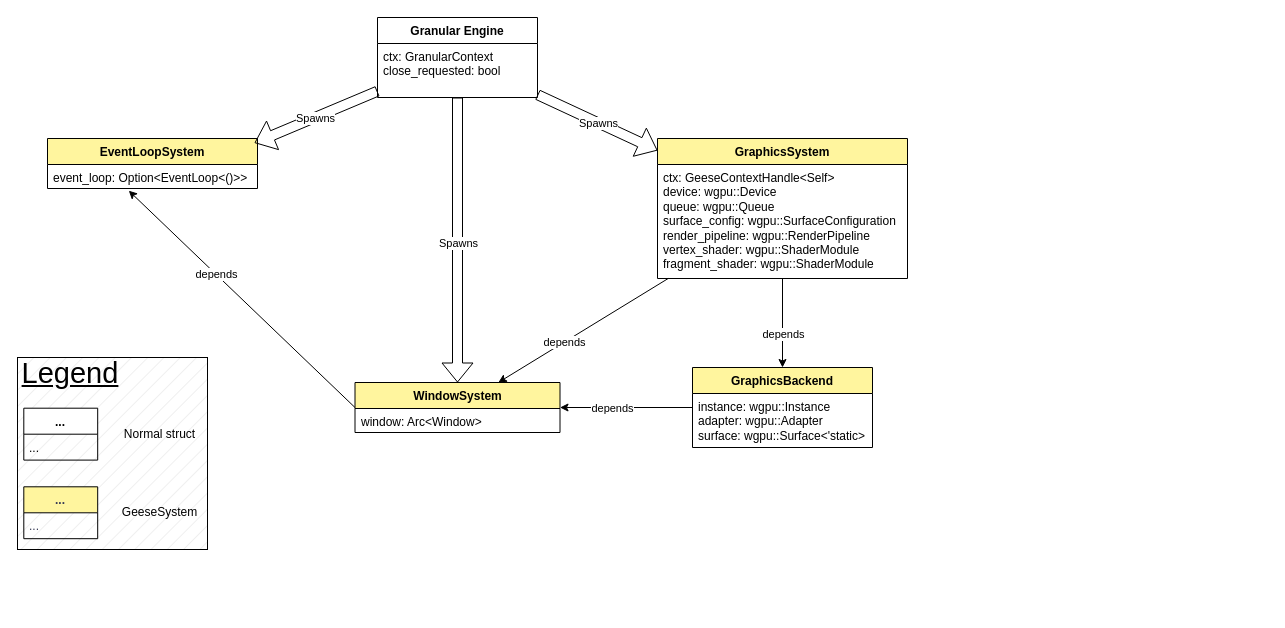
This is Granular.drawio from ARez2/granular, a draw.io file, before an edit. Source tidied: cells renumbered, new cells numbered last; positions are measured from the earlier drawing's top-left corner, leaving out a move shared by most shapes. Both pictures are drawn from the tidied source at 100%, with x=0, y=0 at pixel (17, 17).
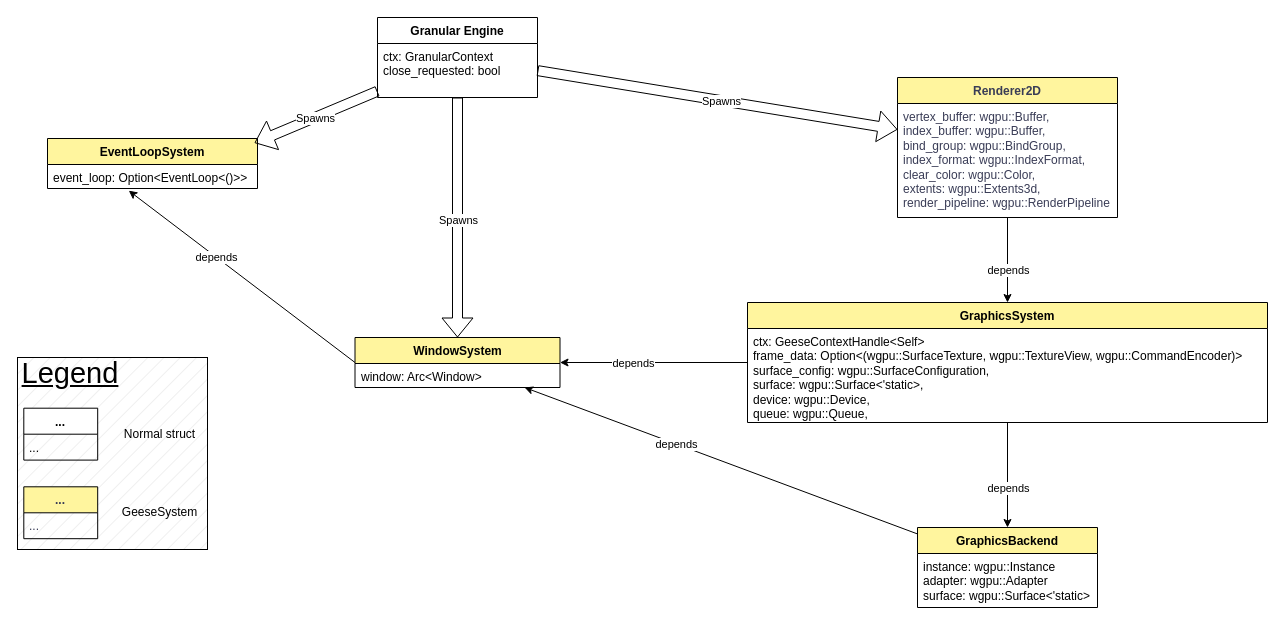
Above is the later version.

Commit message (it also covers changes not shown here):
Switch to WGSL, separate GraphicsSystem into a Renderer2D

The change refers to these unchanged cells:
```xml
<mxCell id="12" value="Granular Engine" style="swimlane;fontStyle=1;align=center;verticalAlign=top;horizontal=1;startSize=26;whiteSpace=wrap;html=1;labelBackgroundColor=none;" parent="1" vertex="1">
  <mxGeometry x="360" width="160" height="80" as="geometry" />
</mxCell>
```

Diff of the diagram source:
```diff
@@
     <mxCell id="2" value="GraphicsSystem" style="swimlane;fontStyle=1;align=center;verticalAlign=top;horizontal=1;startSize=26;whiteSpace=wrap;html=1;labelBackgroundColor=none;gradientDirection=east;fillStyle=solid;fillColor=#FFF59E;" parent="1" vertex="1">
-      <mxGeometry x="640" y="121" width="250" height="140" as="geometry" />
+      <mxGeometry x="730" y="285" width="520" height="120" as="geometry" />
     </mxCell>
-    <mxCell id="3" value="ctx: GeeseContextHandle&amp;lt;Self&amp;gt;&lt;br&gt;device: wgpu::Device&lt;br&gt;queue: wgpu::Queue&lt;br&gt;surface_config: wgpu::SurfaceConfiguration&lt;br&gt;render_pipeline: wgpu::RenderPipeline&lt;br&gt;vertex_shader: wgpu::ShaderModule&lt;br&gt;fragment_shader: wgpu::ShaderModule" style="text;strokeColor=none;fillColor=none;align=left;verticalAlign=top;spacingLeft=4;spacingRight=4;overflow=hidden;whiteSpace=wrap;html=1;labelBackgroundColor=none;" parent="2" vertex="1">
-      <mxGeometry y="26" width="250" height="114" as="geometry" />
+    <mxCell id="3" value="ctx: GeeseContextHandle&amp;lt;Self&amp;gt;&lt;br&gt;frame_data: Option&amp;lt;(wgpu::SurfaceTexture, wgpu::TextureView, wgpu::CommandEncoder)&amp;gt;&lt;br&gt;surface_config: wgpu::SurfaceConfiguration,&lt;br&gt;surface: wgpu::Surface&amp;lt;'static&amp;gt;,&lt;br&gt;device: wgpu::Device,&lt;br&gt;queue: wgpu::Queue," style="text;strokeColor=none;fillColor=none;align=left;verticalAlign=top;spacingLeft=4;spacingRight=4;overflow=hidden;whiteSpace=wrap;html=1;labelBackgroundColor=none;" parent="2" vertex="1">
+      <mxGeometry y="26" width="520" height="94" as="geometry" />
     </mxCell>
     <mxCell id="4" value="GraphicsBackend" style="swimlane;fontStyle=1;align=center;verticalAlign=top;horizontal=1;startSize=26;whiteSpace=wrap;html=1;labelBackgroundColor=none;fillColor=#FFF59E;" parent="1" vertex="1">
-      <mxGeometry x="675" y="350" width="180" height="80" as="geometry" />
+      <mxGeometry x="900" y="510" width="180" height="80" as="geometry" />
     </mxCell>
@@
     <mxCell id="6" value="WindowSystem" style="swimlane;fontStyle=1;align=center;verticalAlign=top;horizontal=1;startSize=26;whiteSpace=wrap;html=1;labelBackgroundColor=none;fillColor=#FFF59E;" parent="1" vertex="1">
-      <mxGeometry x="337.5" y="365" width="205" height="50" as="geometry" />
+      <mxGeometry x="337.5" y="320" width="205" height="50" as="geometry" />
     </mxCell>
@@
-    <mxCell id="16" style="shape=flexArrow;endArrow=classic;html=1;rounded=0;" parent="1" edge="1" source="12" target="2">
+    <mxCell id="16" style="shape=flexArrow;endArrow=classic;html=1;rounded=0;" parent="1" edge="1" source="12" target="34">
       <mxGeometry relative="1" as="geometry" />
     </mxCell>
@@
+    <mxCell id="34" value="Renderer2D" style="swimlane;fontStyle=1;align=center;verticalAlign=top;horizontal=1;startSize=26;whiteSpace=wrap;html=1;labelBackgroundColor=none;fillColor=#FFF59E;strokeColor=#000000;fontColor=#393C56;" parent="1" vertex="1">
+      <mxGeometry x="880" y="60" width="220" height="140" as="geometry" />
+    </mxCell>
+    <mxCell id="35" value="vertex_buffer: wgpu::Buffer,&lt;br&gt;index_buffer: wgpu::Buffer,&lt;br&gt;bind_group: wgpu::BindGroup,&lt;br&gt;index_format: wgpu::IndexFormat,&lt;br&gt;clear_color: wgpu::Color,&lt;br&gt;extents: wgpu::Extents3d,&lt;br&gt;render_pipeline: wgpu::RenderPipeline" style="text;strokeColor=none;fillColor=none;align=left;verticalAlign=top;spacingLeft=4;spacingRight=4;overflow=hidden;whiteSpace=wrap;html=1;labelBackgroundColor=none;fontColor=#393C56;" parent="34" vertex="1">
+      <mxGeometry y="26" width="220" height="114" as="geometry" />
+    </mxCell>
+    <mxCell id="36" style="rounded=0;jettySize=auto;html=1;labelBackgroundColor=none;fontColor=default;" parent="1" edge="1" source="34" target="2">
+      <mxGeometry relative="1" as="geometry" />
+    </mxCell>
+    <mxCell id="37" value="depends" style="edgeLabel;html=1;align=center;verticalAlign=middle;" parent="36" vertex="1">
+      <mxGeometry x="0.23" relative="1" as="geometry" />
+    </mxCell>
```
